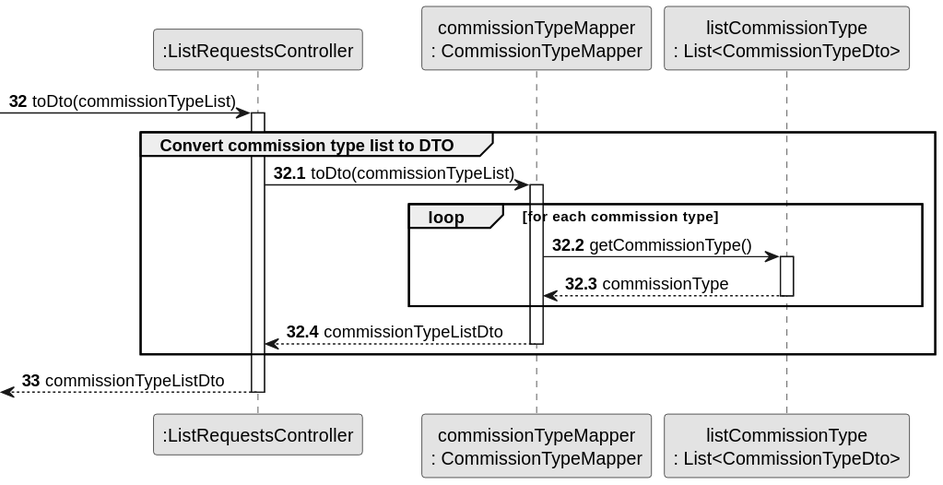
Before: docs/sprintC/us008/03.design/svg/us008-sequence-diagram-partial-convert-commission-type-list-to-DTO.svg, a diagram exported from PlantUML (rita-barbosa/LAPR2-2223). Its diagram source:
```plantuml
@startuml
skinparam monochrome true
skinparam packageStyle rectangle
skinparam shadowing false


participant ":ListRequestsController" as CTRL
participant "commissionTypeMapper\n: CommissionTypeMapper" as ComTypeMapper
participant "listCommissionType\n: List<CommissionTypeDto>" as ComType

autonumber 32
    -> CTRL: toDto(commissionTypeList)
    activate CTRL

group Convert commission type list to DTO

autonumber 32.1


    CTRL -> ComTypeMapper : toDto(commissionTypeList)
    activate ComTypeMapper


 loop for each commission type

    ComTypeMapper -> ComType : getCommissionType()
    activate ComType

    ComType --> ComTypeMapper : commissionType
    deactivate ComType

end loop
    ComTypeMapper --> CTRL : commissionTypeListDto
    deactivate ComTypeMapper


end group
autonumber 33
     <-- CTRL: commissionTypeListDto
     deactivate CTRL
@enduml
```
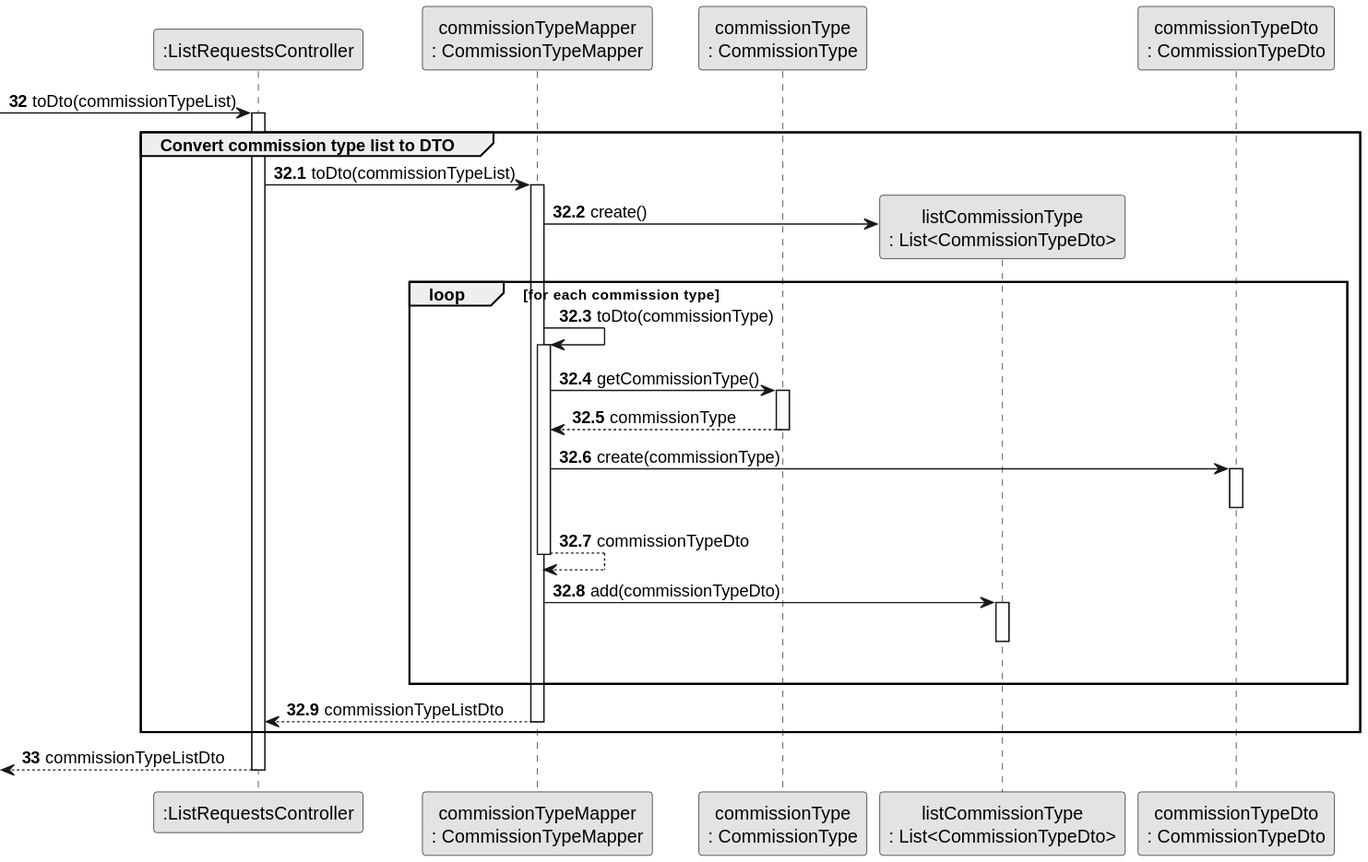
After the change.

What changed in the source:
```diff
@@ -6,7 +6,9 @@
 
 participant ":ListRequestsController" as CTRL
 participant "commissionTypeMapper\n: CommissionTypeMapper" as ComTypeMapper
-participant "listCommissionType\n: List<CommissionTypeDto>" as ComType
+participant "commissionType\n: CommissionType" as ComType
+participant "listCommissionType\n: List<CommissionTypeDto>" as ComTypeList
+participant "commissionTypeDto\n: CommissionTypeDto" as ComTypeDto
 
 autonumber 32
     -> CTRL: toDto(commissionTypeList)
@@ -20,14 +22,32 @@
     CTRL -> ComTypeMapper : toDto(commissionTypeList)
     activate ComTypeMapper
 
+    ComTypeMapper -> ComTypeList** : create()
+
 
  loop for each commission type
+
+ ComTypeMapper -> ComTypeMapper : toDto(commissionType)
+ activate ComTypeMapper
+
 
     ComTypeMapper -> ComType : getCommissionType()
     activate ComType
 
     ComType --> ComTypeMapper : commissionType
     deactivate ComType
+
+    ComTypeMapper -> ComTypeDto : create(commissionType)
+    activate ComTypeDto
+    deactivate ComTypeDto
+
+ ComTypeMapper --> ComTypeMapper : commissionTypeDto
+ deactivate ComTypeMapper
+
+ ComTypeMapper -> ComTypeList : add(commissionTypeDto)
+ activate ComTypeList
+ deactivate ComTypeList
+ |||
 
 end loop
     ComTypeMapper --> CTRL : commissionTypeListDto
```
